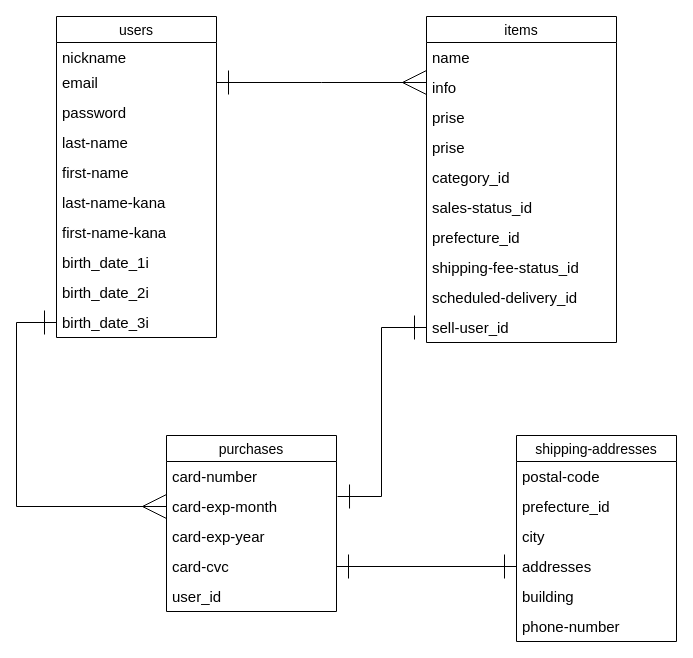
The draw.io diagram furima.dio in tera24d/furima-32113, before the edit. Source tidied: cells renumbered, new cells numbered last; positions are measured from the earlier drawing's top-left corner, leaving out a move shared by most shapes. Both pictures are drawn from the tidied source at 100%, with x=0, y=0 at pixel (56, 16).
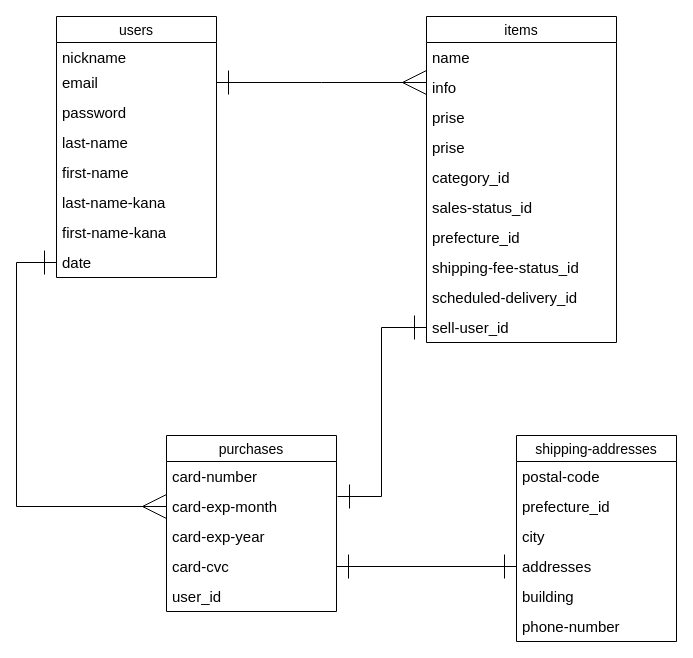
Above is the later version.

The change refers to these unchanged cells:
```xml
<mxCell id="35" value="card-exp-month" style="text;strokeColor=none;fillColor=none;spacingLeft=4;spacingRight=4;overflow=hidden;points=[[0,0.5],[1,0.5]];portConstraint=eastwest;fontSize=15;" parent="33" vertex="1">
  <mxGeometry y="56" width="170" height="30" as="geometry" />
</mxCell>
```

The edit, as a diff of the source:
```diff
@@
     <mxCell id="2" value="users" style="swimlane;fontStyle=0;horizontal=1;startSize=26;align=center;fontSize=14;" parent="1" vertex="1">
-      <mxGeometry width="160" height="321" as="geometry" />
+      <mxGeometry width="160" height="261" as="geometry" />
     </mxCell>
@@
-    <mxCell id="10" value="birth_date_1i" style="text;strokeColor=none;fillColor=none;spacingLeft=4;spacingRight=4;overflow=hidden;points=[[0,0.5],[1,0.5]];portConstraint=eastwest;fontSize=15;" parent="2" vertex="1">
+    <mxCell id="10" value="date" style="text;strokeColor=none;fillColor=none;spacingLeft=4;spacingRight=4;overflow=hidden;points=[[0,0.5],[1,0.5]];portConstraint=eastwest;fontSize=15;" parent="2" vertex="1">
       <mxGeometry y="231" width="160" height="30" as="geometry" />
     </mxCell>
-    <mxCell id="11" value="birth_date_2i" style="text;strokeColor=none;fillColor=none;spacingLeft=4;spacingRight=4;overflow=hidden;fontSize=15;" parent="2" vertex="1">
-      <mxGeometry y="261" width="160" height="30" as="geometry" />
-    </mxCell>
-    <mxCell id="12" value="birth_date_3i" style="text;strokeColor=none;fillColor=none;spacingLeft=4;spacingRight=4;overflow=hidden;points=[[0,0.5],[1,0.5]];portConstraint=eastwest;fontSize=15;" parent="2" vertex="1">
-      <mxGeometry y="291" width="160" height="30" as="geometry" />
-    </mxCell>
@@
-    <mxCell id="32" style="edgeStyle=orthogonalEdgeStyle;sketch=0;jettySize=auto;html=1;exitX=0;exitY=0.5;exitDx=0;exitDy=0;entryX=0;entryY=0.5;entryDx=0;entryDy=0;rounded=0;startArrow=ERone;startFill=0;endArrow=ERmany;endFill=0;endSize=22;startSize=22;" parent="1" edge="1" source="12" target="35">
+    <mxCell id="32" style="edgeStyle=orthogonalEdgeStyle;sketch=0;jettySize=auto;html=1;entryX=0;entryY=0.5;entryDx=0;entryDy=0;rounded=0;startArrow=ERone;startFill=0;endArrow=ERmany;endFill=0;endSize=22;startSize=22;exitX=0;exitY=0.5;exitDx=0;exitDy=0;" parent="1" edge="1" source="10" target="35">
       <mxGeometry relative="1" as="geometry" />
     </mxCell>
```
